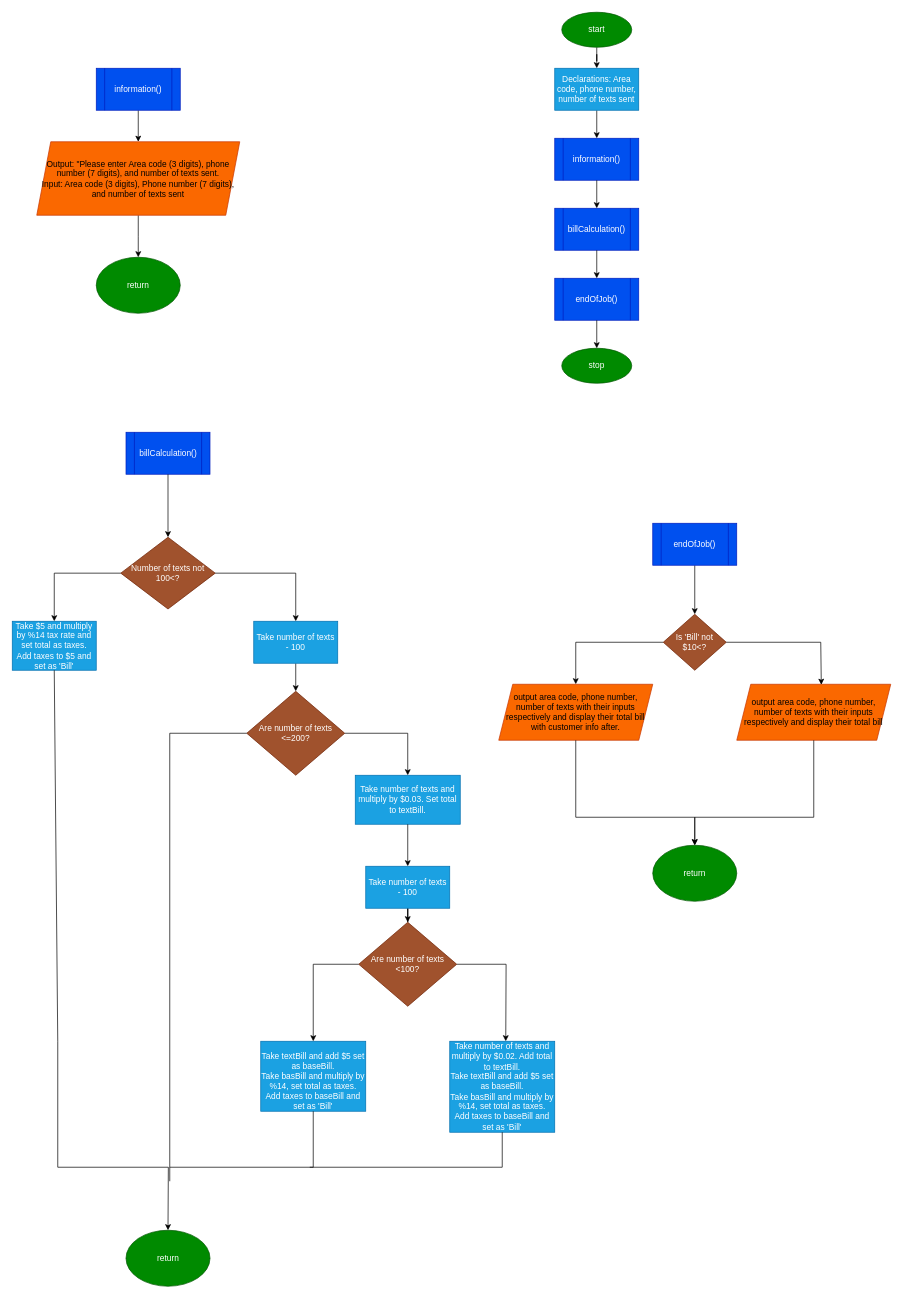
Before: Module6RelationalComparison.drawio in IsaiahSchaferV7/Screenshots, a draw.io diagram. Source tidied: cells renumbered, new cells numbered last; positions are measured from the earlier drawing's top-left corner, leaving out a move shared by most shapes. Both pictures are drawn from the tidied source at 70%, with x=0, y=0 at pixel (12, 12).
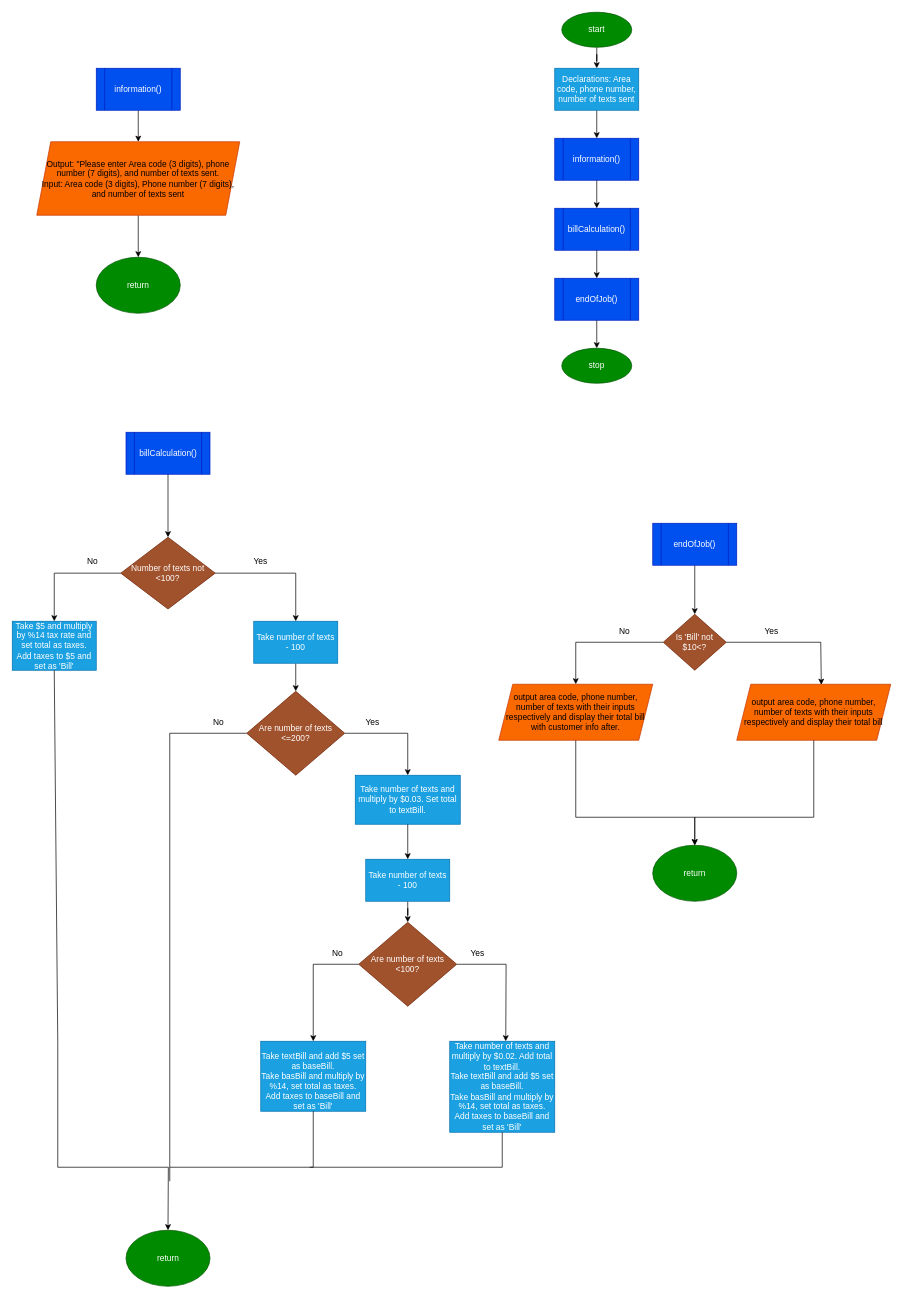
Above is the later version.

What changed in the source:
```diff
@@
-    <mxCell id="18" value="Number of texts not 100&amp;lt;?" style="rhombus;whiteSpace=wrap;html=1;fillColor=#a0522d;strokeColor=#6D1F00;fontColor=#ffffff;" parent="1" vertex="1">
+    <mxCell id="18" value="Number of texts not &amp;lt;100?" style="rhombus;whiteSpace=wrap;html=1;fillColor=#a0522d;strokeColor=#6D1F00;fontColor=#ffffff;" parent="1" vertex="1">
       <mxGeometry x="155" y="750" width="135" height="102.5" as="geometry" />
     </mxCell>
@@
     <mxCell id="33" value="Take number of texts - 100" style="whiteSpace=wrap;html=1;fillColor=#1ba1e2;strokeColor=#006EAF;fontColor=#ffffff;" parent="1" vertex="1">
-      <mxGeometry x="505" y="1220" width="120" height="60" as="geometry" />
+      <mxGeometry x="505" y="1210" width="120" height="60" as="geometry" />
     </mxCell>
@@
+    <mxCell id="52" value="Yes" style="text;html=1;align=center;verticalAlign=middle;whiteSpace=wrap;rounded=0;" parent="1" vertex="1">
+      <mxGeometry x="325" y="770" width="60" height="30" as="geometry" />
+    </mxCell>
+    <mxCell id="53" value="No" style="text;html=1;align=center;verticalAlign=middle;whiteSpace=wrap;rounded=0;" parent="1" vertex="1">
+      <mxGeometry x="85" y="770" width="60" height="30" as="geometry" />
+    </mxCell>
+    <mxCell id="54" value="Yes" style="text;html=1;align=center;verticalAlign=middle;whiteSpace=wrap;rounded=0;" parent="1" vertex="1">
+      <mxGeometry x="485" y="1000" width="60" height="30" as="geometry" />
+    </mxCell>
+    <mxCell id="55" value="Yes" style="text;html=1;align=center;verticalAlign=middle;whiteSpace=wrap;rounded=0;" parent="1" vertex="1">
+      <mxGeometry x="635" y="1330" width="60" height="30" as="geometry" />
+    </mxCell>
+    <mxCell id="56" value="Yes" style="text;html=1;align=center;verticalAlign=middle;whiteSpace=wrap;rounded=0;" parent="1" vertex="1">
+      <mxGeometry x="1055" y="870" width="60" height="30" as="geometry" />
+    </mxCell>
+    <mxCell id="57" value="No" style="text;html=1;align=center;verticalAlign=middle;whiteSpace=wrap;rounded=0;" parent="1" vertex="1">
+      <mxGeometry x="265" y="1000" width="60" height="30" as="geometry" />
+    </mxCell>
+    <mxCell id="58" value="No" style="text;html=1;align=center;verticalAlign=middle;whiteSpace=wrap;rounded=0;" parent="1" vertex="1">
+      <mxGeometry x="845" y="870" width="60" height="30" as="geometry" />
+    </mxCell>
+    <mxCell id="59" value="No" style="text;html=1;align=center;verticalAlign=middle;whiteSpace=wrap;rounded=0;" parent="1" vertex="1">
+      <mxGeometry x="435" y="1330" width="60" height="30" as="geometry" />
+    </mxCell>
```
